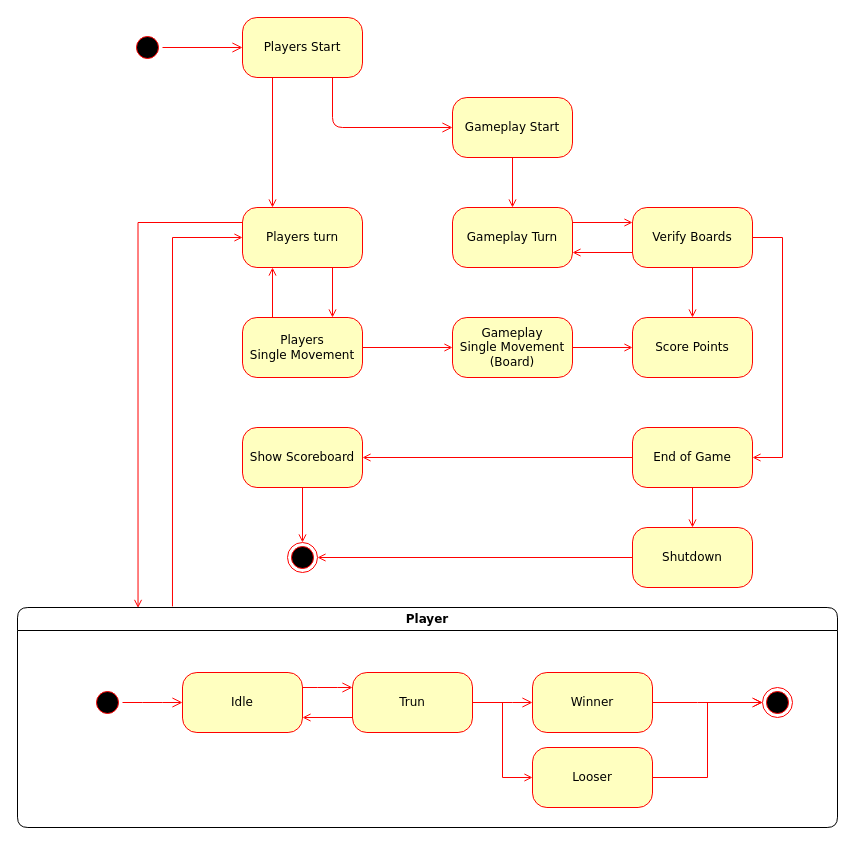
Above: page "State Diagram" (4 of 7) of TicTacToeX_Diagrams.drawio in rafaelxl83/TicTacToeX (draw.io), before the change. Source tidied: cells renumbered, new cells numbered last; positions are measured from the earlier drawing's top-left corner, leaving out a move shared by most shapes. Both pictures are drawn from the tidied source at 100%, with x=0, y=0 at pixel (17, 17).
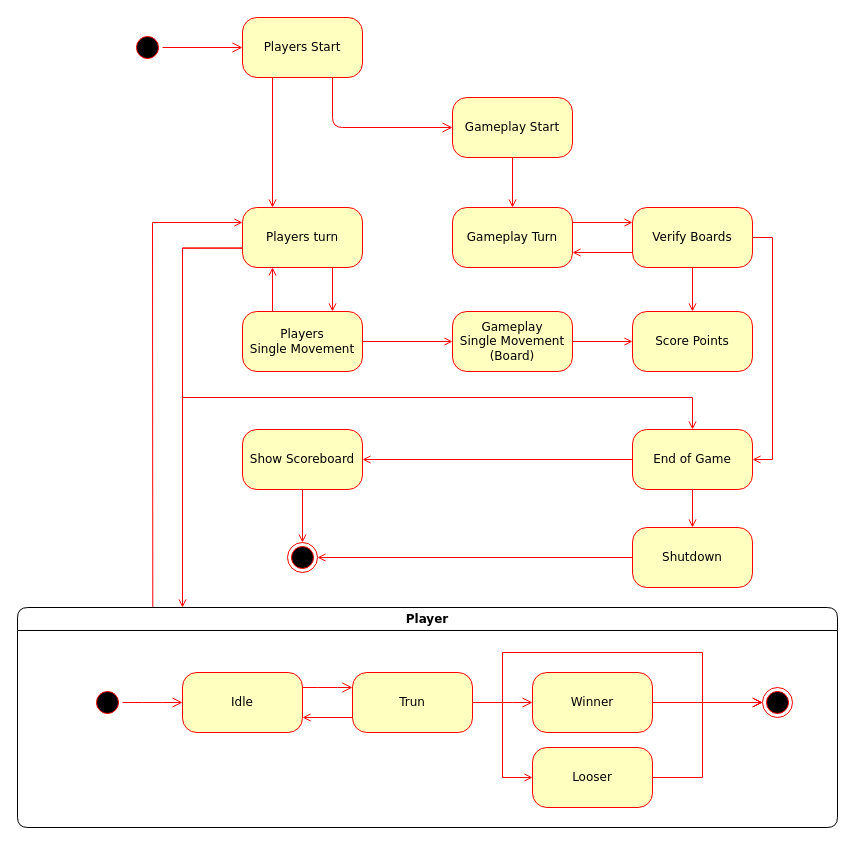
The same page after the edit.

The change refers to these unchanged cells:
```xml
<mxCell id="5" value="Players turn" style="rounded=1;whiteSpace=wrap;html=1;arcSize=24;fillColor=#ffffc0;strokeColor=#ff0000;shadow=0;comic=0;labelBackgroundColor=none;fontFamily=Verdana;fontSize=12;fontColor=#000000;align=center;" parent="1" vertex="1">
  <mxGeometry x="225" y="190" width="120" height="60" as="geometry" />
</mxCell>
<mxCell id="16" value="Player" style="swimlane;whiteSpace=wrap;html=1;rounded=1;shadow=0;comic=0;labelBackgroundColor=none;strokeWidth=1;fontFamily=Verdana;fontSize=12;align=center;" parent="1" vertex="1">
  <mxGeometry y="590" width="820" height="220" as="geometry" />
</mxCell>
<mxCell id="19" style="ellipse;html=1;shape=endState;fillColor=#000000;strokeColor=#ff0000;rounded=1;shadow=0;comic=0;labelBackgroundColor=none;fontFamily=Verdana;fontSize=12;fontColor=#000000;align=center;" parent="16" vertex="1">
  <mxGeometry x="745" y="80" width="30" height="30" as="geometry" />
</mxCell>
<mxCell id="25" value="Trun" style="rounded=1;whiteSpace=wrap;html=1;arcSize=24;fillColor=#ffffc0;strokeColor=#ff0000;shadow=0;comic=0;labelBackgroundColor=none;fontFamily=Verdana;fontSize=12;fontColor=#000000;align=center;" parent="16" vertex="1">
  <mxGeometry x="335" y="65" width="120" height="60" as="geometry" />
</mxCell>
<mxCell id="29" value="Looser" style="rounded=1;whiteSpace=wrap;html=1;arcSize=24;fillColor=#ffffc0;strokeColor=#ff0000;shadow=0;comic=0;labelBackgroundColor=none;fontFamily=Verdana;fontSize=12;fontColor=#000000;align=center;" parent="16" vertex="1">
  <mxGeometry x="515" y="140" width="120" height="60" as="geometry" />
</mxCell>
<mxCell id="37" value="Verify Boards" style="rounded=1;whiteSpace=wrap;html=1;arcSize=24;fillColor=#ffffc0;strokeColor=#ff0000;shadow=0;comic=0;labelBackgroundColor=none;fontFamily=Verdana;fontSize=12;fontColor=#000000;align=center;" parent="1" vertex="1">
  <mxGeometry x="615" y="190" width="120" height="60" as="geometry" />
</mxCell>
```

Diff of the diagram source:
```diff
@@
-    <mxCell id="4" style="edgeStyle=orthogonalEdgeStyle;rounded=0;jettySize=auto;html=1;entryX=0.147;entryY=0.002;entryDx=0;entryDy=0;entryPerimeter=0;endArrow=open;endFill=0;startSize=6;strokeColor=#FF0000;strokeWidth=1;exitX=0;exitY=0.25;exitDx=0;exitDy=0;" parent="1" edge="1" source="5" target="16">
+    <mxCell id="4" style="edgeStyle=orthogonalEdgeStyle;rounded=0;jettySize=auto;html=1;endArrow=open;endFill=0;startSize=6;strokeColor=#FF0000;strokeWidth=1;exitX=0.001;exitY=0.675;exitDx=0;exitDy=0;exitPerimeter=0;" parent="1" edge="1" source="5">
       <mxGeometry relative="1" as="geometry">
+        <mxPoint x="165" y="590" as="targetPoint" />
         <Array as="points">
-          <mxPoint x="121" y="205" />
+          <mxPoint x="165" y="231" />
+          <mxPoint x="165" y="590" />
         </Array>
       </mxGeometry>
     </mxCell>
+    <mxCell id="47" style="edgeStyle=orthogonalEdgeStyle;rounded=0;jettySize=auto;html=1;fontSize=11;endArrow=open;endFill=0;endSize=6;strokeColor=#FF0000;strokeWidth=1;exitX=0;exitY=0.678;exitDx=0;exitDy=0;exitPerimeter=0;" parent="1" edge="1" source="5" target="41">
+      <mxGeometry relative="1" as="geometry">
+        <Array as="points">
+          <mxPoint x="165" y="231" />
+          <mxPoint x="165" y="380" />
+          <mxPoint x="675" y="380" />
+        </Array>
+      </mxGeometry>
+    </mxCell>
@@
     <mxCell id="12" value="Players&lt;br&gt;Single Movement" style="rounded=1;whiteSpace=wrap;html=1;arcSize=24;fillColor=#ffffc0;strokeColor=#ff0000;shadow=0;comic=0;labelBackgroundColor=none;fontFamily=Verdana;fontSize=12;fontColor=#000000;align=center;" parent="1" vertex="1">
-      <mxGeometry x="225" y="300" width="120" height="60" as="geometry" />
+      <mxGeometry x="225" y="294" width="120" height="60" as="geometry" />
     </mxCell>
@@
-    <mxCell id="15" style="edgeStyle=orthogonalEdgeStyle;rounded=0;jettySize=auto;html=1;exitX=0.189;exitY=-0.005;exitDx=0;exitDy=0;endArrow=open;endFill=0;startSize=6;strokeColor=#FF0000;strokeWidth=1;exitPerimeter=0;entryX=0;entryY=0.5;entryDx=0;entryDy=0;" parent="1" edge="1" source="16" target="5">
+    <mxCell id="15" style="edgeStyle=orthogonalEdgeStyle;rounded=0;jettySize=auto;html=1;endArrow=open;endFill=0;startSize=6;strokeColor=#FF0000;strokeWidth=1;entryX=0;entryY=0.25;entryDx=0;entryDy=0;exitX=0.165;exitY=0.001;exitDx=0;exitDy=0;exitPerimeter=0;" parent="1" edge="1" source="16" target="5">
       <mxGeometry relative="1" as="geometry">
         <Array as="points">
-          <mxPoint x="155" y="220" />
+          <mxPoint x="135" y="589" />
+          <mxPoint x="135" y="589" />
+          <mxPoint x="135" y="205" />
         </Array>
       </mxGeometry>
     </mxCell>
@@
+    <mxCell id="48" style="edgeStyle=orthogonalEdgeStyle;rounded=0;jettySize=auto;html=1;entryX=0;entryY=0.5;entryDx=0;entryDy=0;fontSize=11;endArrow=open;endFill=0;endSize=6;strokeColor=#FF0000;strokeWidth=1;" parent="16" edge="1" source="25" target="19">
+      <mxGeometry relative="1" as="geometry">
+        <Array as="points">
+          <mxPoint x="485" y="95" />
+          <mxPoint x="485" y="45" />
+          <mxPoint x="685" y="45" />
+          <mxPoint x="685" y="95" />
+        </Array>
+      </mxGeometry>
+    </mxCell>
@@
     <mxCell id="28" style="edgeStyle=orthogonalEdgeStyle;rounded=0;jettySize=auto;html=1;exitX=1;exitY=0.5;exitDx=0;exitDy=0;entryX=0;entryY=0.5;entryDx=0;entryDy=0;endArrow=open;endFill=0;startSize=6;strokeColor=#FF0000;strokeWidth=1;" parent="16" edge="1" source="29" target="19">
-      <mxGeometry relative="1" as="geometry" />
+      <mxGeometry relative="1" as="geometry">
+        <Array as="points">
+          <mxPoint x="685" y="170" />
+          <mxPoint x="685" y="95" />
+        </Array>
+      </mxGeometry>
     </mxCell>
@@
     <mxCell id="33" value="Gameplay&lt;br&gt;Single Movement&lt;br&gt;(Board)" style="rounded=1;whiteSpace=wrap;html=1;arcSize=24;fillColor=#ffffc0;strokeColor=#ff0000;shadow=0;comic=0;labelBackgroundColor=none;fontFamily=Verdana;fontSize=12;fontColor=#000000;align=center;" parent="1" vertex="1">
-      <mxGeometry x="435" y="300" width="120" height="60" as="geometry" />
+      <mxGeometry x="435" y="294" width="120" height="60" as="geometry" />
     </mxCell>
@@
     <mxCell id="36" style="edgeStyle=orthogonalEdgeStyle;rounded=0;jettySize=auto;html=1;entryX=1;entryY=0.5;entryDx=0;entryDy=0;endArrow=open;endFill=0;startSize=6;strokeColor=#FF0000;strokeWidth=1;" parent="1" edge="1" source="37" target="41">
       <mxGeometry relative="1" as="geometry">
         <Array as="points">
-          <mxPoint x="765" y="220" />
-          <mxPoint x="765" y="440" />
+          <mxPoint x="755" y="220" />
+          <mxPoint x="755" y="442" />
         </Array>
       </mxGeometry>
     </mxCell>
@@
     <mxCell id="38" value="Score Points" style="rounded=1;whiteSpace=wrap;html=1;arcSize=24;fillColor=#ffffc0;strokeColor=#ff0000;shadow=0;comic=0;labelBackgroundColor=none;fontFamily=Verdana;fontSize=12;fontColor=#000000;align=center;" parent="1" vertex="1">
-      <mxGeometry x="615" y="300" width="120" height="60" as="geometry" />
+      <mxGeometry x="615" y="294" width="120" height="60" as="geometry" />
     </mxCell>
@@
     <mxCell id="41" value="End of Game" style="rounded=1;whiteSpace=wrap;html=1;arcSize=24;fillColor=#ffffc0;strokeColor=#ff0000;shadow=0;comic=0;labelBackgroundColor=none;fontFamily=Verdana;fontSize=12;fontColor=#000000;align=center;" parent="1" vertex="1">
-      <mxGeometry x="615" y="410" width="120" height="60" as="geometry" />
+      <mxGeometry x="615" y="412" width="120" height="60" as="geometry" />
     </mxCell>
@@
     <mxCell id="43" value="Show Scoreboard" style="rounded=1;whiteSpace=wrap;html=1;arcSize=24;fillColor=#ffffc0;strokeColor=#ff0000;shadow=0;comic=0;labelBackgroundColor=none;fontFamily=Verdana;fontSize=12;fontColor=#000000;align=center;" parent="1" vertex="1">
-      <mxGeometry x="225" y="410" width="120" height="60" as="geometry" />
+      <mxGeometry x="225" y="412" width="120" height="60" as="geometry" />
     </mxCell>
```
